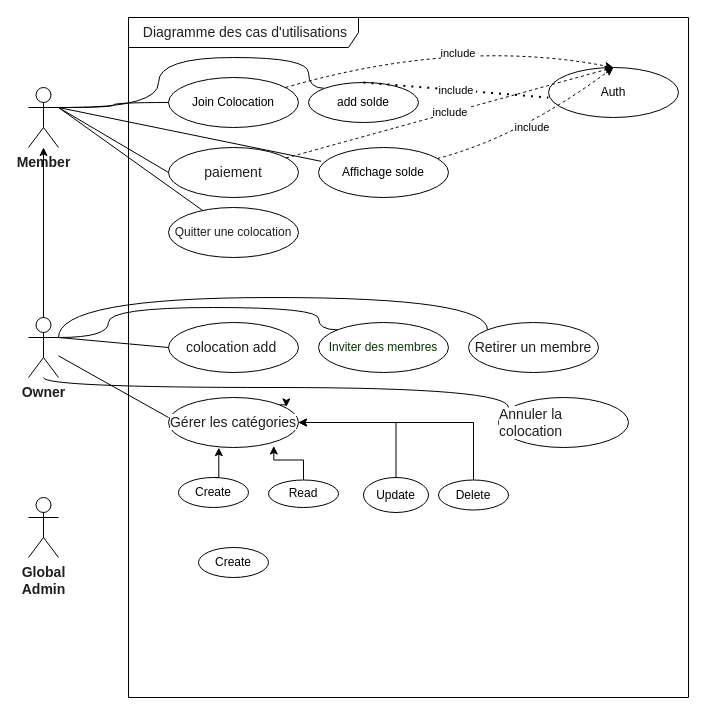
Earlier version of the draw.io diagram diagrammes/Diagramme des cas d'utilisations.drawio (mehamdwsw/EasyColoc). Source tidied: cells renumbered, new cells numbered last; positions are measured from the earlier drawing's top-left corner, leaving out a move shared by most shapes. Both pictures are drawn from the tidied source at 100%, with x=0, y=0 at pixel (28, 17).
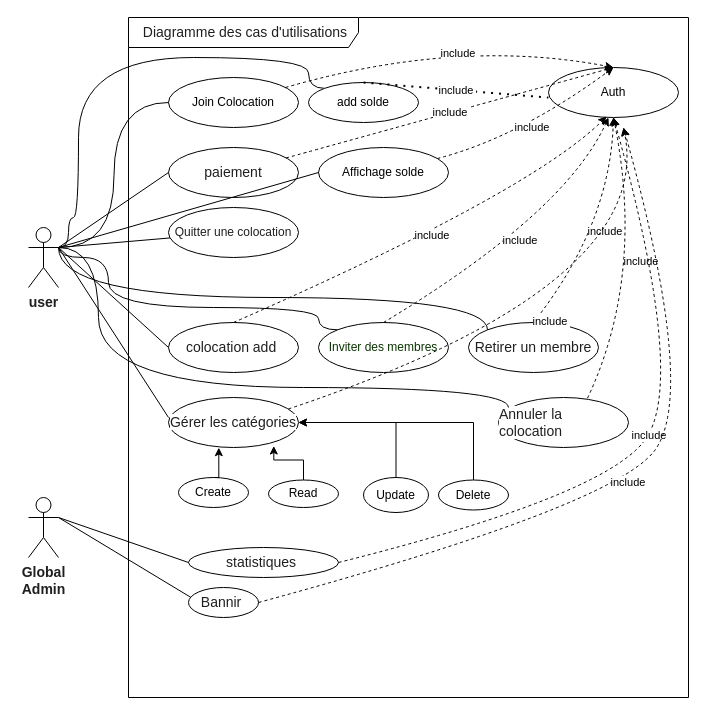
Above is the later version.

The change refers to these unchanged cells:
```xml
<mxCell id="5" value="Join Colocation" style="ellipse;whiteSpace=wrap;html=1;" parent="1" vertex="1">
  <mxGeometry x="140" y="60" width="130" height="50" as="geometry" />
</mxCell>
<mxCell id="6" value="Auth" style="ellipse;whiteSpace=wrap;html=1;" parent="1" vertex="1">
  <mxGeometry x="520" y="50" width="130" height="50" as="geometry" />
</mxCell>
<mxCell id="7" value="add solde" style="ellipse;whiteSpace=wrap;html=1;" parent="1" vertex="1">
  <mxGeometry x="280" y="65" width="110" height="40" as="geometry" />
</mxCell>
<mxCell id="8" value="Affichage solde" style="ellipse;whiteSpace=wrap;html=1;" parent="1" vertex="1">
  <mxGeometry x="290" y="130" width="130" height="50" as="geometry" />
</mxCell>
<mxCell id="9" value="&lt;span style=&quot;color: rgba(0, 0, 0, 0.88); font-family: &amp;quot;Nunito Sans&amp;quot;, &amp;quot;sans-serif&amp;quot;; font-size: 14px; text-align: start; background-color: rgb(255, 255, 255);&quot;&gt;paiement&lt;/span&gt;" style="ellipse;whiteSpace=wrap;html=1;" parent="1" vertex="1">
  <mxGeometry x="140" y="130" width="130" height="50" as="geometry" />
</mxCell>
<mxCell id="18" value="&lt;span style=&quot;color: rgba(0, 0, 0, 0.88); font-family: &amp;quot;Nunito Sans&amp;quot;, &amp;quot;sans-serif&amp;quot;; text-align: start; background-color: rgb(255, 255, 255);&quot;&gt;&lt;font style=&quot;font-size: 12px;&quot;&gt;Quitter une colocation&lt;/font&gt;&lt;/span&gt;" style="ellipse;whiteSpace=wrap;html=1;" parent="1" vertex="1">
  <mxGeometry x="140" y="190" width="130" height="50" as="geometry" />
</mxCell>
<mxCell id="25" value="&lt;span style=&quot;color: rgba(0, 0, 0, 0.88); font-family: &amp;quot;Nunito Sans&amp;quot;, &amp;quot;sans-serif&amp;quot;; font-size: 14px; text-align: start; background-color: rgb(255, 255, 255);&quot;&gt;colocation add&lt;/span&gt;&lt;span style=&quot;background-color: rgb(255, 255, 255); color: rgba(0, 0, 0, 0.88); font-family: &amp;quot;Nunito Sans&amp;quot;, &amp;quot;sans-serif&amp;quot;; font-size: 14px; text-align: start;&quot;&gt;&amp;nbsp;&lt;/span&gt;" style="ellipse;whiteSpace=wrap;html=1;" parent="1" vertex="1">
  <mxGeometry x="140" y="305" width="130" height="50" as="geometry" />
</mxCell>
<mxCell id="26" value="&lt;div style=&quot;text-align: start;&quot;&gt;&lt;font color=&quot;rgba(33, 33, 33, 0.88)&quot; face=&quot;Nunito Sans, sans-serif&quot; style=&quot;font-size: 12px;&quot;&gt;Inviter des membres&lt;/font&gt;&lt;/div&gt;" style="ellipse;whiteSpace=wrap;html=1;fillColor=default;" parent="1" vertex="1">
  <mxGeometry x="290" y="305" width="130" height="50" as="geometry" />
</mxCell>
<mxCell id="27" value="&lt;div style=&quot;text-align: start;&quot;&gt;&lt;span style=&quot;color: rgba(0, 0, 0, 0.88); font-family: &amp;quot;Nunito Sans&amp;quot;, &amp;quot;sans-serif&amp;quot;; font-size: 14px; background-color: rgb(255, 255, 255);&quot;&gt;Retirer un membre&lt;/span&gt;&lt;/div&gt;" style="ellipse;whiteSpace=wrap;html=1;fillColor=default;" parent="1" vertex="1">
  <mxGeometry x="440" y="305" width="130" height="50" as="geometry" />
</mxCell>
<mxCell id="28" value="&lt;div style=&quot;text-align: start;&quot;&gt;&lt;span style=&quot;color: rgba(0, 0, 0, 0.88); font-family: &amp;quot;Nunito Sans&amp;quot;, &amp;quot;sans-serif&amp;quot;; font-size: 14px; background-color: rgb(255, 255, 255);&quot;&gt;Gérer les catégories&lt;/span&gt;&lt;/div&gt;" style="ellipse;whiteSpace=wrap;html=1;fillColor=default;" parent="1" vertex="1">
  <mxGeometry x="140" y="380" width="130" height="50" as="geometry" />
</mxCell>
<mxCell id="41" value="&lt;div style=&quot;text-align: start;&quot;&gt;&lt;span style=&quot;color: rgba(0, 0, 0, 0.88); font-family: &amp;quot;Nunito Sans&amp;quot;, &amp;quot;sans-serif&amp;quot;; font-size: 14px; background-color: rgb(255, 255, 255);&quot;&gt;Annuler la colocation&lt;/span&gt;&lt;/div&gt;" style="ellipse;whiteSpace=wrap;html=1;fillColor=default;" parent="1" vertex="1">
  <mxGeometry x="470" y="380" width="130" height="50" as="geometry" />
</mxCell>
<mxCell id="43" value="&lt;span style=&quot;color: rgba(0, 0, 0, 0.88); font-family: &amp;quot;Nunito Sans&amp;quot;, &amp;quot;sans-serif&amp;quot;; font-size: 14px; font-weight: 700; text-align: start; text-wrap-mode: wrap; background-color: rgb(255, 255, 255);&quot;&gt;Global Admin&lt;/span&gt;" style="shape=umlActor;verticalLabelPosition=bottom;verticalAlign=top;html=1;" parent="1" vertex="1">
  <mxGeometry y="480" width="30" height="60" as="geometry" />
</mxCell>
```

The edit, as a diff of the source:
```diff
@@
-    <mxCell id="2" style="endArrow=none;html=1;rounded=0;entryX=0;entryY=0;entryDx=0;entryDy=0;edgeStyle=orthogonalEdgeStyle;curved=1;" parent="1" edge="1" target="7">
+    <mxCell id="2" style="endArrow=none;html=1;rounded=0;entryX=0;entryY=0;entryDx=0;entryDy=0;edgeStyle=orthogonalEdgeStyle;curved=1;exitX=1;exitY=0.3333333333333333;exitDx=0;exitDy=0;exitPerimeter=0;" parent="1" edge="1" source="24" target="7">
       <mxGeometry relative="1" as="geometry">
-        <mxPoint x="40" y="90" as="sourcePoint" />
         <Array as="points">
-          <mxPoint x="130" y="90" />
-          <mxPoint x="130" y="40" />
+          <mxPoint x="40" y="230" />
+          <mxPoint x="40" y="200" />
+          <mxPoint x="50" y="200" />
+          <mxPoint x="50" y="40" />
           <mxPoint x="280" y="40" />
           <mxPoint x="280" y="71" />
         </Array>
       </mxGeometry>
     </mxCell>
@@
-    <mxCell id="4" value="&lt;span style=&quot;color: rgba(0, 0, 0, 0.88); font-family: &amp;quot;Nunito Sans&amp;quot;, &amp;quot;sans-serif&amp;quot;; font-size: 14px; font-weight: 700; text-align: start; text-wrap-mode: wrap; background-color: rgb(255, 255, 255);&quot;&gt;Member&lt;/span&gt;" style="shape=umlActor;verticalLabelPosition=bottom;verticalAlign=top;html=1;" parent="1" vertex="1">
-      <mxGeometry y="70" width="30" height="60" as="geometry" />
-    </mxCell>
@@
-    <mxCell id="19" style="endArrow=none;html=1;rounded=0;exitX=1;exitY=0.3333333333333333;exitDx=0;exitDy=0;exitPerimeter=0;entryX=0;entryY=0.5;entryDx=0;entryDy=0;edgeStyle=orthogonalEdgeStyle;curved=1;" parent="1" edge="1" source="4" target="5">
-      <mxGeometry relative="1" as="geometry" />
+    <mxCell id="19" style="endArrow=none;html=1;rounded=0;entryX=0;entryY=0.5;entryDx=0;entryDy=0;edgeStyle=orthogonalEdgeStyle;curved=1;" parent="1" edge="1" target="5">
+      <mxGeometry relative="1" as="geometry">
+        <mxPoint x="30" y="230" as="sourcePoint" />
+      </mxGeometry>
     </mxCell>
-    <mxCell id="20" style="endArrow=none;html=1;rounded=0;exitX=1;exitY=0.3333333333333333;exitDx=0;exitDy=0;exitPerimeter=0;entryX=0;entryY=0.5;entryDx=0;entryDy=0;" parent="1" edge="1" source="4" target="9">
-      <mxGeometry relative="1" as="geometry" />
+    <mxCell id="20" style="endArrow=none;html=1;rounded=0;entryX=0;entryY=0.5;entryDx=0;entryDy=0;" parent="1" edge="1" target="9">
+      <mxGeometry relative="1" as="geometry">
+        <mxPoint x="30" y="230" as="sourcePoint" />
+      </mxGeometry>
     </mxCell>
-    <mxCell id="21" style="endArrow=none;html=1;rounded=0;exitX=1;exitY=0.3333333333333333;exitDx=0;exitDy=0;exitPerimeter=0;" parent="1" edge="1" source="4" target="18">
+    <mxCell id="21" style="endArrow=none;html=1;rounded=0;exitX=1;exitY=0.3333333333333333;exitDx=0;exitDy=0;exitPerimeter=0;" parent="1" edge="1" source="24" target="18">
       <mxGeometry relative="1" as="geometry" />
     </mxCell>
-    <mxCell id="22" style="endArrow=none;html=1;rounded=0;exitX=1;exitY=0.3333333333333333;exitDx=0;exitDy=0;exitPerimeter=0;entryX=0.021;entryY=0.277;entryDx=0;entryDy=0;entryPerimeter=0;" parent="1" edge="1" source="4" target="8">
+    <mxCell id="22" style="endArrow=none;html=1;rounded=0;exitX=1;exitY=0.3333333333333333;exitDx=0;exitDy=0;exitPerimeter=0;entryX=0;entryY=0.5;entryDx=0;entryDy=0;" parent="1" edge="1" source="24" target="8">
       <mxGeometry relative="1" as="geometry" />
     </mxCell>
-    <mxCell id="23" style="edgeStyle=orthogonalEdgeStyle;rounded=0;jettySize=auto;html=1;" parent="1" edge="1" source="24" target="4">
-      <mxGeometry relative="1" as="geometry" />
-    </mxCell>
-    <mxCell id="24" value="&lt;span style=&quot;color: rgba(0, 0, 0, 0.88); font-family: &amp;quot;Nunito Sans&amp;quot;, &amp;quot;sans-serif&amp;quot;; font-size: 14px; font-weight: 700; text-align: start; text-wrap-mode: wrap; background-color: rgb(255, 255, 255);&quot;&gt;Owner&lt;/span&gt;" style="shape=umlActor;verticalLabelPosition=bottom;verticalAlign=top;html=1;" parent="1" vertex="1">
-      <mxGeometry y="300" width="30" height="60" as="geometry" />
+    <mxCell id="24" value="&lt;span style=&quot;color: rgba(0, 0, 0, 0.88); font-family: &amp;quot;Nunito Sans&amp;quot;, &amp;quot;sans-serif&amp;quot;; font-size: 14px; font-weight: 700; text-align: start; text-wrap-mode: wrap; background-color: rgb(255, 255, 255);&quot;&gt;user&lt;/span&gt;" style="shape=umlActor;verticalLabelPosition=bottom;verticalAlign=top;html=1;" parent="1" vertex="1">
+      <mxGeometry y="210" width="30" height="60" as="geometry" />
     </mxCell>
@@
-    <mxCell id="37" style="endArrow=none;html=1;rounded=0;entryX=0;entryY=0.4;entryDx=0;entryDy=0;entryPerimeter=0;" parent="1" edge="1" source="24" target="28">
+    <mxCell id="37" style="endArrow=none;html=1;rounded=0;entryX=0;entryY=0.4;entryDx=0;entryDy=0;entryPerimeter=0;exitX=1;exitY=0.3333333333333333;exitDx=0;exitDy=0;exitPerimeter=0;" parent="1" edge="1" source="24" target="28">
       <mxGeometry relative="1" as="geometry" />
     </mxCell>
@@
     <mxCell id="40" style="endArrow=none;html=1;rounded=0;entryX=0;entryY=0;entryDx=0;entryDy=0;edgeStyle=orthogonalEdgeStyle;curved=1;exitX=1;exitY=0.3333333333333333;exitDx=0;exitDy=0;exitPerimeter=0;" parent="1" edge="1" source="24" target="26">
       <mxGeometry relative="1" as="geometry">
         <Array as="points">
-          <mxPoint x="80" y="320" />
+          <mxPoint x="30" y="240" />
+          <mxPoint x="80" y="240" />
           <mxPoint x="80" y="290" />
           <mxPoint x="290" y="290" />
           <mxPoint x="290" y="312" />
         </Array>
       </mxGeometry>
     </mxCell>
@@
-    <mxCell id="42" style="endArrow=none;html=1;rounded=0;edgeStyle=orthogonalEdgeStyle;curved=1;" parent="1" edge="1" source="24">
+    <mxCell id="42" style="endArrow=none;html=1;rounded=0;edgeStyle=orthogonalEdgeStyle;curved=1;" parent="1" edge="1">
       <mxGeometry relative="1" as="geometry">
+        <mxPoint x="30" y="230" as="sourcePoint" />
         <mxPoint x="480" y="390" as="targetPoint" />
         <Array as="points">
-          <mxPoint x="15" y="370" />
+          <mxPoint x="70" y="230" />
+          <mxPoint x="70" y="370" />
           <mxPoint x="480" y="370" />
         </Array>
       </mxGeometry>
     </mxCell>
@@
-    <mxCell id="44" value="&lt;div style=&quot;text-align: start;&quot;&gt;Create&lt;/div&gt;" style="ellipse;whiteSpace=wrap;html=1;fillColor=default;" parent="1" vertex="1">
-      <mxGeometry x="170" y="530" width="70" height="30" as="geometry" />
+    <mxCell id="44" value="&lt;div style=&quot;text-align: start;&quot;&gt;&lt;span style=&quot;color: rgba(0, 0, 0, 0.88); font-family: &amp;quot;Nunito Sans&amp;quot;, &amp;quot;sans-serif&amp;quot;; font-size: 14px; background-color: rgb(255, 255, 255);&quot;&gt;Bannir&amp;nbsp;&lt;/span&gt;&lt;/div&gt;" style="ellipse;whiteSpace=wrap;html=1;fillColor=default;" parent="1" vertex="1">
+      <mxGeometry x="160" y="570" width="70" height="30" as="geometry" />
     </mxCell>
-    <mxCell id="45" style="edgeStyle=orthogonalEdgeStyle;rounded=0;orthogonalLoop=1;jettySize=auto;html=1;exitX=1;exitY=0;exitDx=0;exitDy=0;entryX=0.906;entryY=0.187;entryDx=0;entryDy=0;entryPerimeter=0;" parent="1" edge="1" source="28" target="28">
-      <mxGeometry relative="1" as="geometry" />
-    </mxCell>
+    <mxCell id="46" value="&lt;div style=&quot;text-align: start;&quot;&gt;&lt;span style=&quot;color: rgba(0, 0, 0, 0.88); font-family: &amp;quot;Nunito Sans&amp;quot;, &amp;quot;sans-serif&amp;quot;; font-size: 14px; background-color: rgb(255, 255, 255);&quot;&gt;statistiques&amp;nbsp;&lt;/span&gt;&lt;/div&gt;" style="ellipse;whiteSpace=wrap;html=1;fillColor=default;" parent="1" vertex="1">
+      <mxGeometry x="160" y="530" width="150" height="30" as="geometry" />
+    </mxCell>
+    <mxCell id="47" style="endArrow=none;html=1;rounded=0;entryX=0;entryY=0.5;entryDx=0;entryDy=0;exitX=1;exitY=0.3333333333333333;exitDx=0;exitDy=0;exitPerimeter=0;" parent="1" edge="1" source="43" target="46">
+      <mxGeometry relative="1" as="geometry" />
+    </mxCell>
+    <mxCell id="48" style="endArrow=none;html=1;rounded=0;entryX=0.033;entryY=0.328;entryDx=0;entryDy=0;exitX=1;exitY=0.3333333333333333;exitDx=0;exitDy=0;exitPerimeter=0;entryPerimeter=0;" parent="1" edge="1" source="43" target="44">
+      <mxGeometry relative="1" as="geometry" />
+    </mxCell>
+    <mxCell id="49" style="curved=1;dashed=1;endArrow=classic;html=1;rounded=0;entryX=0.447;entryY=0.98;entryDx=0;entryDy=0;entryPerimeter=0;exitX=0.5;exitY=0;exitDx=0;exitDy=0;" parent="1" edge="1" source="25" target="6">
+      <mxGeometry relative="1" as="geometry">
+        <Array as="points">
+          <mxPoint x="501.2" y="175" />
+        </Array>
+      </mxGeometry>
+    </mxCell>
+    <mxCell id="50" value="include&amp;nbsp;" style="edgeLabel;html=1;align=center;verticalAlign=middle;" parent="49" vertex="1">
+      <mxGeometry x="0.01" relative="1" as="geometry" />
+    </mxCell>
+    <mxCell id="51" style="curved=1;dashed=1;endArrow=classic;html=1;rounded=0;exitX=0.5;exitY=0;exitDx=0;exitDy=0;" parent="1" edge="1" source="26">
+      <mxGeometry relative="1" as="geometry">
+        <mxPoint x="580" y="100" as="targetPoint" />
+        <Array as="points">
+          <mxPoint x="536.2" y="196" />
+        </Array>
+      </mxGeometry>
+    </mxCell>
+    <mxCell id="52" value="include&amp;nbsp;" style="edgeLabel;html=1;align=center;verticalAlign=middle;" parent="51" vertex="1">
+      <mxGeometry x="0.01" relative="1" as="geometry" />
+    </mxCell>
+    <mxCell id="53" style="curved=1;dashed=1;endArrow=classic;html=1;rounded=0;exitX=0.5;exitY=0;exitDx=0;exitDy=0;entryX=0.5;entryY=1;entryDx=0;entryDy=0;" parent="1" edge="1" source="27" target="6">
+      <mxGeometry relative="1" as="geometry">
+        <Array as="points">
+          <mxPoint x="581.2" y="208.5" />
+        </Array>
+      </mxGeometry>
+    </mxCell>
+    <mxCell id="54" value="include&amp;nbsp;" style="edgeLabel;html=1;align=center;verticalAlign=middle;" parent="53" vertex="1">
+      <mxGeometry x="0.01" relative="1" as="geometry" />
+    </mxCell>
+    <mxCell id="55" style="curved=1;dashed=1;endArrow=classic;html=1;rounded=0;exitX=0.685;exitY=0.013;exitDx=0;exitDy=0;entryX=0.5;entryY=1;entryDx=0;entryDy=0;exitPerimeter=0;" parent="1" edge="1" source="41" target="6">
+      <mxGeometry relative="1" as="geometry">
+        <Array as="points">
+          <mxPoint x="616.2" y="258.5" />
+        </Array>
+      </mxGeometry>
+    </mxCell>
+    <mxCell id="56" value="include&amp;nbsp;" style="edgeLabel;html=1;align=center;verticalAlign=middle;" parent="55" vertex="1">
+      <mxGeometry x="0.01" relative="1" as="geometry" />
+    </mxCell>
+    <mxCell id="57" style="curved=1;dashed=1;endArrow=classic;html=1;rounded=0;exitX=0.922;exitY=0.23;exitDx=0;exitDy=0;entryX=0.5;entryY=1;entryDx=0;entryDy=0;exitPerimeter=0;" parent="1" edge="1" source="28">
+      <mxGeometry relative="1" as="geometry">
+        <mxPoint x="595" y="110" as="targetPoint" />
+        <Array as="points">
+          <mxPoint x="626.2" y="268.5" />
+        </Array>
+      </mxGeometry>
+    </mxCell>
+    <mxCell id="58" value="include&amp;nbsp;" style="edgeLabel;html=1;align=center;verticalAlign=middle;" parent="57" vertex="1">
+      <mxGeometry x="0.01" relative="1" as="geometry" />
+    </mxCell>
+    <mxCell id="59" style="curved=1;dashed=1;endArrow=classic;html=1;rounded=0;entryX=0.5;entryY=1;entryDx=0;entryDy=0;exitX=1;exitY=0.5;exitDx=0;exitDy=0;" parent="1" edge="1" source="46" target="6">
+      <mxGeometry relative="1" as="geometry">
+        <Array as="points">
+          <mxPoint x="570" y="480" />
+          <mxPoint x="660" y="369" />
+        </Array>
+      </mxGeometry>
+    </mxCell>
+    <mxCell id="60" value="include&amp;nbsp;" style="edgeLabel;html=1;align=center;verticalAlign=middle;" parent="59" vertex="1">
+      <mxGeometry x="0.01" relative="1" as="geometry" />
+    </mxCell>
+    <mxCell id="61" style="curved=1;dashed=1;endArrow=classic;html=1;rounded=0;entryX=0.5;entryY=1;entryDx=0;entryDy=0;exitX=1;exitY=0.5;exitDx=0;exitDy=0;" parent="1" edge="1" source="44">
+      <mxGeometry relative="1" as="geometry">
+        <mxPoint x="595" y="110" as="targetPoint" />
+        <Array as="points">
+          <mxPoint x="580" y="490" />
+          <mxPoint x="670" y="379" />
+        </Array>
+      </mxGeometry>
+    </mxCell>
+    <mxCell id="62" value="include&amp;nbsp;" style="edgeLabel;html=1;align=center;verticalAlign=middle;" parent="61" vertex="1">
+      <mxGeometry x="0.01" relative="1" as="geometry" />
+    </mxCell>
```
